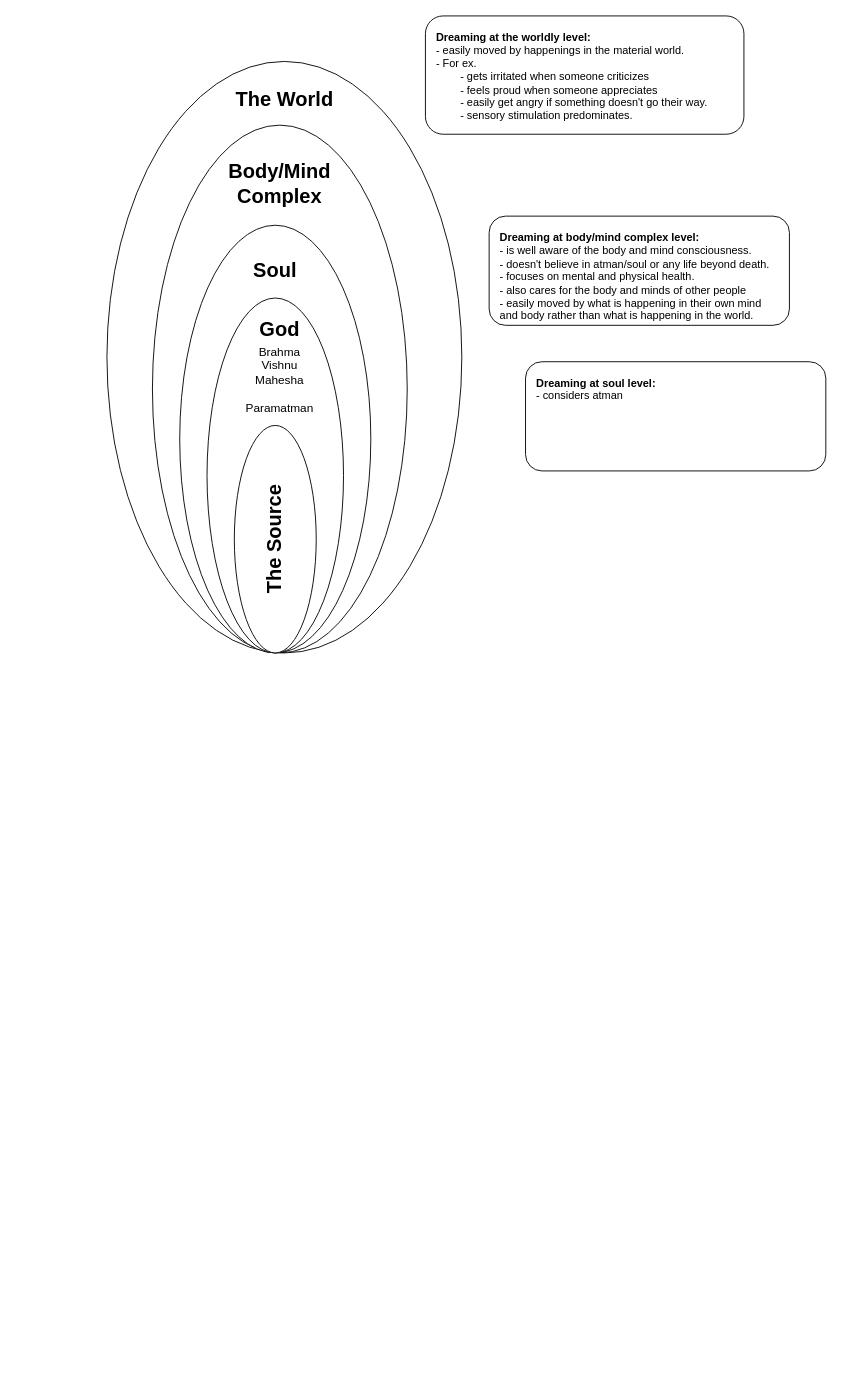
Before: page "Page-5" (5 of 5) of adhyatma-upanishad.drawio in appsparkler/draw.io, a draw.io diagram. Source tidied: cells renumbered, new cells numbered last; positions are measured from the earlier drawing's top-left corner, leaving out a move shared by most shapes. Both pictures are drawn from the tidied source at 91%, with x=0, y=0 at pixel (-12, 15).
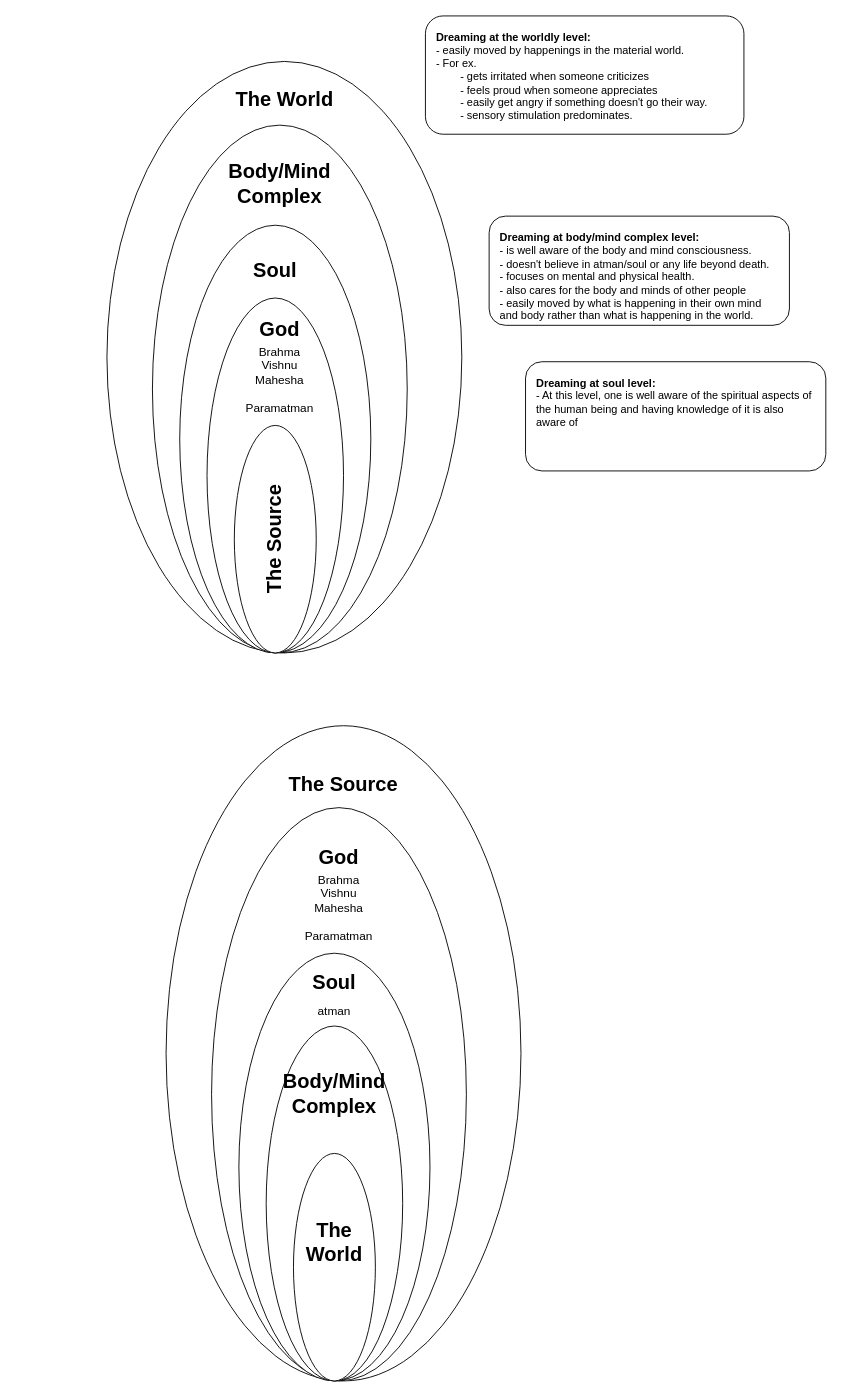
The same diagram, later.

Change to the diagram source:
```diff
@@
-    <mxCell id="15" value="&lt;div&gt;&lt;b&gt;Dreaming at soul level:&lt;/b&gt;&lt;/div&gt;&lt;div&gt;- considers atman&lt;/div&gt;" style="rounded=1;whiteSpace=wrap;html=1;align=left;spacing=12;verticalAlign=top;" parent="1" vertex="1">
+    <mxCell id="15" value="&lt;div&gt;&lt;b&gt;Dreaming at soul level:&lt;/b&gt;&lt;/div&gt;&lt;div&gt;- At this level, one is well aware of the spiritual aspects of the human being and having knowledge of it is also aware of&amp;nbsp;&lt;/div&gt;" style="rounded=1;whiteSpace=wrap;html=1;align=left;spacing=12;verticalAlign=top;" parent="1" vertex="1">
       <mxGeometry x="590" y="380" width="330" height="120" as="geometry" />
     </mxCell>
+    <mxCell id="16" style="group;" parent="1" vertex="1">
+      <mxGeometry x="30" y="830" width="720" height="590" as="geometry" />
+    </mxCell>
+    <mxCell id="17" style="ellipse;whiteSpace=wrap;html=1;shapeInside=1;rotation=-90;" parent="16" vertex="1">
+      <mxGeometry y="115" width="720" height="390" as="geometry" />
+    </mxCell>
+    <mxCell id="18" style="ellipse;whiteSpace=wrap;html=1;shapeInside=1;rotation=-90;" parent="16" vertex="1">
+      <mxGeometry x="40" y="215" width="630" height="280" as="geometry" />
+    </mxCell>
+    <mxCell id="19" style="ellipse;whiteSpace=wrap;html=1;shapeInside=1;rotation=-90;" parent="16" vertex="1">
+      <mxGeometry x="115" y="330" width="470" height="210" as="geometry" />
+    </mxCell>
+    <mxCell id="20" style="ellipse;whiteSpace=wrap;html=1;shapeInside=1;rotation=-90;" parent="16" vertex="1">
+      <mxGeometry x="155" y="400" width="390" height="150" as="geometry" />
+    </mxCell>
+    <mxCell id="21" style="ellipse;whiteSpace=wrap;html=1;shapeInside=1;rotation=-90;" parent="16" vertex="1">
+      <mxGeometry x="225" y="500" width="250" height="90" as="geometry" />
+    </mxCell>
+    <mxCell id="22" value="The Source" style="text;html=1;whiteSpace=wrap;strokeColor=none;fillColor=none;align=center;verticalAlign=middle;rounded=0;rotation=0;fontStyle=1;fontSize=22;" parent="16" vertex="1">
+      <mxGeometry x="290" width="140" height="30" as="geometry" />
+    </mxCell>
+    <mxCell id="23" value="God" style="text;html=1;whiteSpace=wrap;strokeColor=none;fillColor=none;align=center;verticalAlign=middle;rounded=0;rotation=0;fontStyle=1;fontSize=22;" parent="16" vertex="1">
+      <mxGeometry x="320" y="80" width="70" height="30" as="geometry" />
+    </mxCell>
+    <mxCell id="24" value="&lt;div&gt;Brahma&lt;/div&gt;&lt;div&gt;Vishnu&lt;/div&gt;&lt;div&gt;Mahesha&lt;/div&gt;&lt;div&gt;&lt;br&gt;&lt;/div&gt;&lt;div&gt;Paramatman&lt;/div&gt;" style="text;html=1;whiteSpace=wrap;strokeColor=none;fillColor=none;align=center;verticalAlign=middle;rounded=0;fontSize=13;fontColor=light-dark(#000000,#666666);" parent="16" vertex="1">
+      <mxGeometry x="310" y="115" width="90" height="70" as="geometry" />
+    </mxCell>
+    <mxCell id="25" value="Soul" style="text;html=1;whiteSpace=wrap;strokeColor=none;fillColor=none;align=center;verticalAlign=middle;rounded=0;rotation=0;fontStyle=1;fontSize=22;" parent="16" vertex="1">
+      <mxGeometry x="315" y="218" width="70" height="30" as="geometry" />
+    </mxCell>
+    <mxCell id="26" value="Body/Mind Complex" style="text;html=1;whiteSpace=wrap;strokeColor=none;fillColor=none;align=center;verticalAlign=middle;rounded=0;rotation=0;fontStyle=1;fontSize=22;" parent="16" vertex="1">
+      <mxGeometry x="315" y="310" width="70" height="90" as="geometry" />
+    </mxCell>
+    <mxCell id="27" value="&lt;div&gt;The&lt;/div&gt;&lt;div&gt;World&lt;/div&gt;" style="text;html=1;whiteSpace=wrap;strokeColor=none;fillColor=none;align=center;verticalAlign=middle;rounded=0;rotation=0;fontStyle=1;fontSize=22;" parent="16" vertex="1">
+      <mxGeometry x="305" y="490" width="90" height="55" as="geometry" />
+    </mxCell>
+    <mxCell id="28" value="atman" style="text;html=1;whiteSpace=wrap;strokeColor=none;fillColor=none;align=center;verticalAlign=middle;rounded=0;fontSize=13;fontColor=light-dark(#000000,#666666);" parent="16" vertex="1">
+      <mxGeometry x="305" y="248" width="90" height="30" as="geometry" />
+    </mxCell>
```
